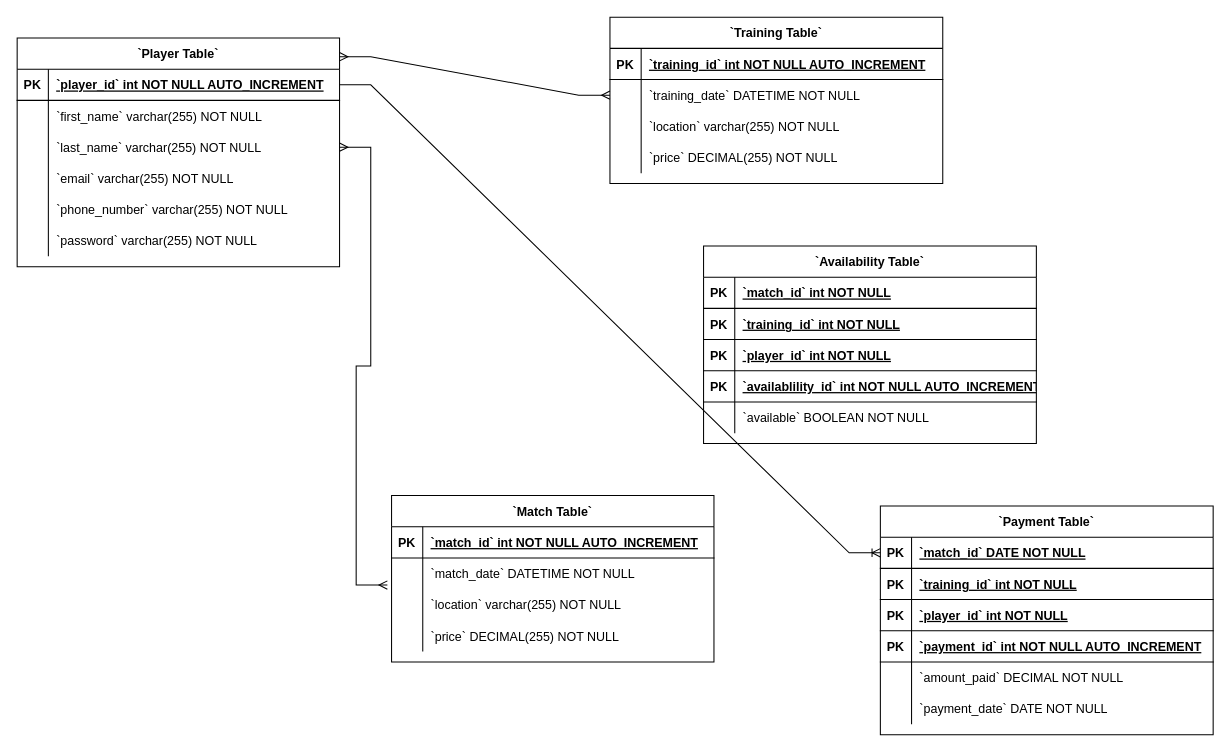
Before: Untitled Diagram.drawio in grahamjones97/coursework2, a draw.io diagram. Source tidied: cells renumbered, new cells numbered last; positions are measured from the earlier drawing's top-left corner, leaving out a move shared by most shapes. Both pictures are drawn from the tidied source at 104%, with x=0, y=0 at pixel (17, 17).
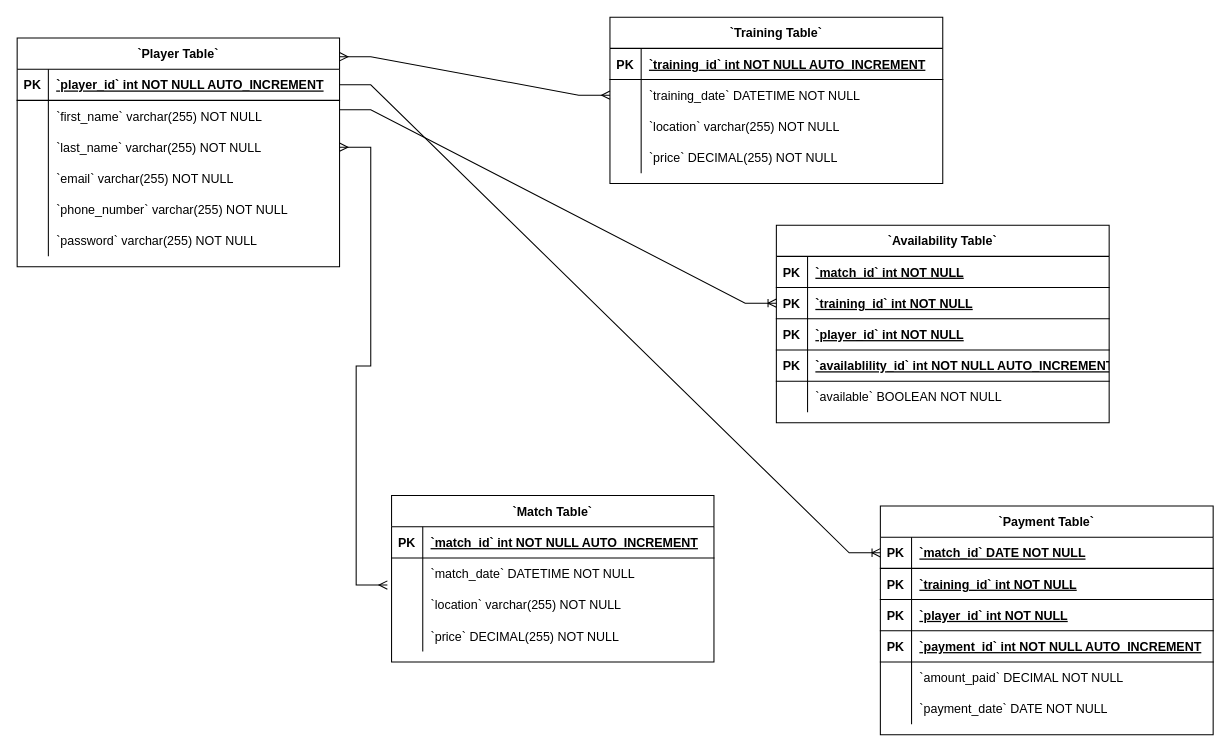
Above is the later version.

Unchanged cells that the change refers to:
```xml
<mxCell id="70" style="shape=tableRow;horizontal=0;startSize=0;swimlaneHead=0;swimlaneBody=0;fillColor=none;points=[[0,0.5],[1,0.5]];portConstraint=eastwest;top=0;left=0;right=0;bottom=1;" parent="66" vertex="1">
  <mxGeometry y="60" width="320" height="30" as="geometry" />
</mxCell>
```

The edit, as a diff of the source:
```diff
@@
     <mxCell id="66" value="`Availability Table`" style="shape=table;startSize=30;childLayout=tableLayout;rowLines=0;fontStyle=1;align=center;" parent="1" vertex="1">
-      <mxGeometry x="660" y="220" width="320" height="190" as="geometry" />
+      <mxGeometry x="730" y="200" width="320" height="190" as="geometry" />
     </mxCell>
@@
+    <mxCell id="85" style="edgeStyle=entityRelationEdgeStyle;fontSize=12;html=1;endArrow=ERoneToMany;rounded=0;entryX=0;entryY=0.5;entryDx=0;entryDy=0;" parent="1" edge="1" target="70">
+      <mxGeometry relative="1" as="geometry">
+        <mxPoint x="310" y="89" as="sourcePoint" />
+      </mxGeometry>
+    </mxCell>
```
